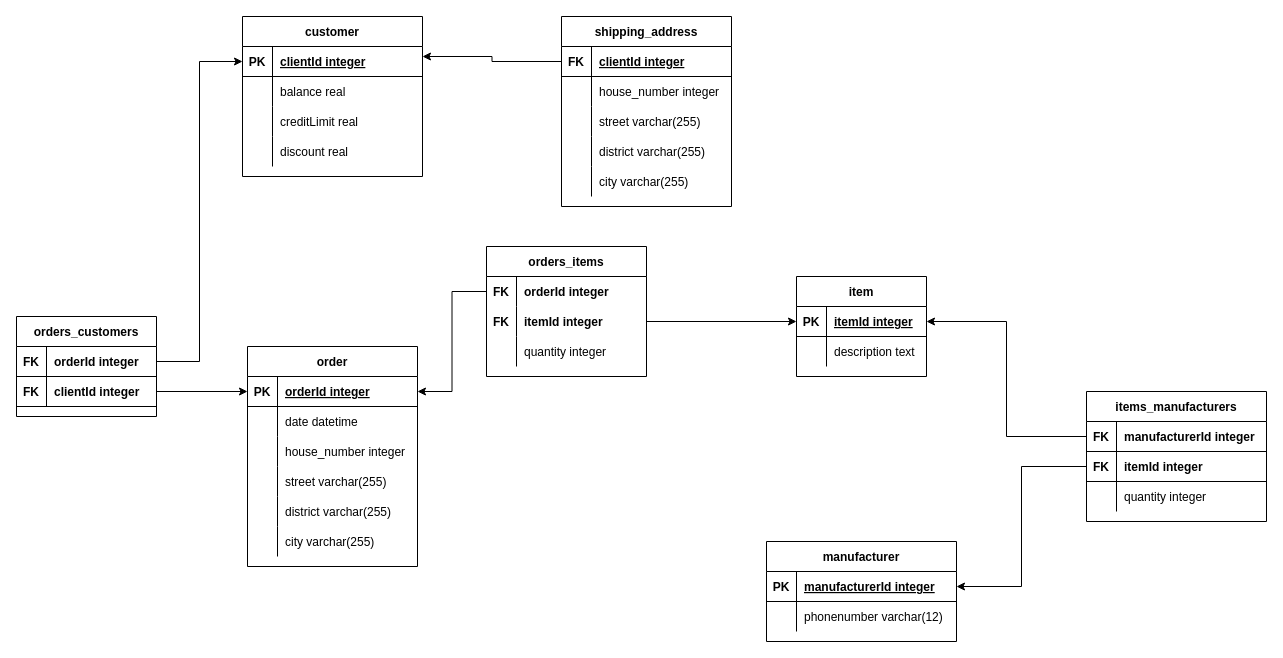
Above: lab05/ex1.drawio in ilya-siluyanov/DrawIO (draw.io), before the change. Source tidied: cells renumbered, new cells numbered last; positions are measured from the earlier drawing's top-left corner, leaving out a move shared by most shapes. Both pictures are drawn from the tidied source at 100%, with x=0, y=0 at pixel (16, 16).
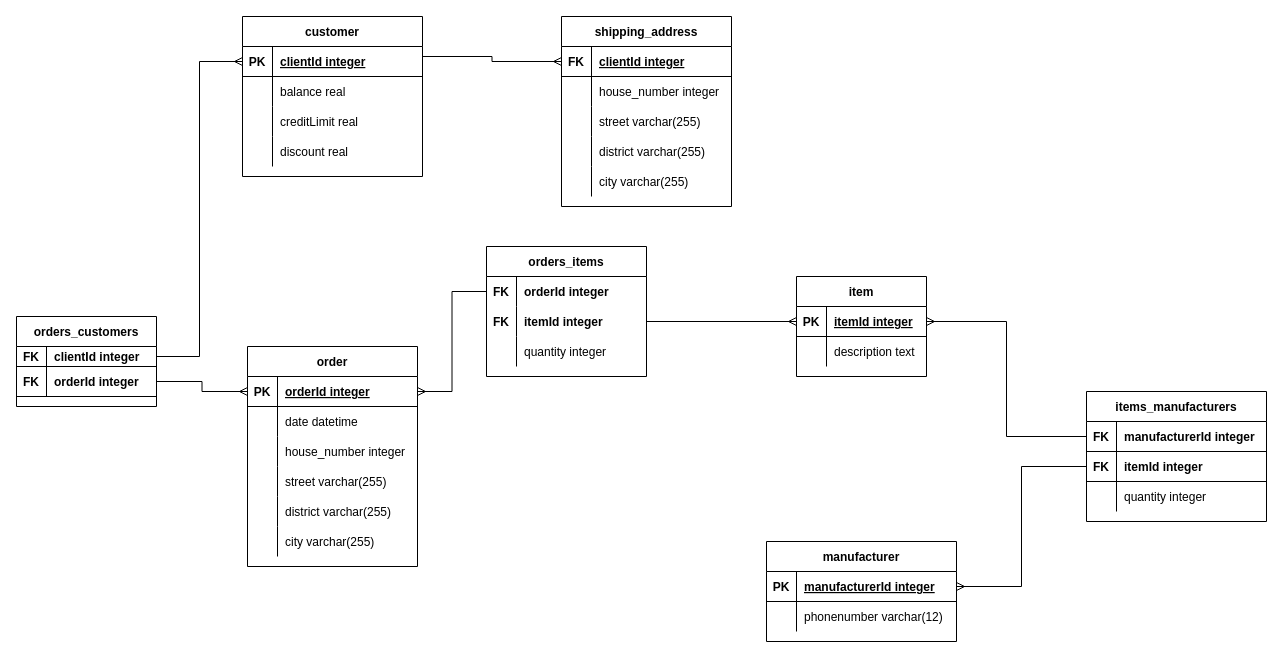
Above is the later version.

Unchanged cells that the change refers to:
```xml
<mxCell id="3" style="shape=tableRow;horizontal=0;startSize=0;swimlaneHead=0;swimlaneBody=0;fillColor=none;points=[[0,0.5],[1,0.5]];portConstraint=eastwest;top=0;left=0;right=0;bottom=1;" parent="2" vertex="1">
  <mxGeometry y="30" width="170" height="30" as="geometry" />
</mxCell>
<mxCell id="18" value="customer" style="shape=table;startSize=30;childLayout=tableLayout;rowLines=0;fontStyle=1;align=center;" parent="1" vertex="1">
  <mxGeometry x="226" width="180" height="160" as="geometry" />
</mxCell>
<mxCell id="19" style="shape=tableRow;horizontal=0;startSize=0;swimlaneHead=0;swimlaneBody=0;fillColor=none;points=[[0,0.5],[1,0.5]];portConstraint=eastwest;top=0;left=0;right=0;bottom=1;" parent="18" vertex="1">
  <mxGeometry y="30" width="180" height="30" as="geometry" />
</mxCell>
<mxCell id="32" style="shape=tableRow;horizontal=0;startSize=0;swimlaneHead=0;swimlaneBody=0;fillColor=none;points=[[0,0.5],[1,0.5]];portConstraint=eastwest;top=0;left=0;right=0;bottom=1;" parent="31" vertex="1">
  <mxGeometry y="30" width="170" height="30" as="geometry" />
</mxCell>
<mxCell id="59" style="shape=tableRow;horizontal=0;startSize=0;swimlaneHead=0;swimlaneBody=0;fillColor=none;points=[[0,0.5],[1,0.5]];portConstraint=eastwest;top=0;left=0;right=0;bottom=1;" parent="58" vertex="1">
  <mxGeometry y="30" width="130" height="30" as="geometry" />
</mxCell>
<mxCell id="66" style="shape=tableRow;horizontal=0;startSize=0;swimlaneHead=0;swimlaneBody=0;fillColor=none;points=[[0,0.5],[1,0.5]];portConstraint=eastwest;top=0;left=0;right=0;bottom=1;" parent="65" vertex="1">
  <mxGeometry y="30" width="190" height="30" as="geometry" />
</mxCell>
<mxCell id="73" style="shape=tableRow;horizontal=0;startSize=0;swimlaneHead=0;swimlaneBody=0;fillColor=none;points=[[0,0.5],[1,0.5]];portConstraint=eastwest;top=0;left=0;right=0;bottom=1;" parent="72" vertex="1">
  <mxGeometry y="30" width="180" height="30" as="geometry" />
</mxCell>
<mxCell id="76" style="shape=tableRow;horizontal=0;startSize=0;swimlaneHead=0;swimlaneBody=0;fillColor=none;points=[[0,0.5],[1,0.5]];portConstraint=eastwest;top=0;left=0;right=0;bottom=1;" parent="72" vertex="1">
  <mxGeometry y="60" width="180" height="30" as="geometry" />
</mxCell>
<mxCell id="85" style="shape=tableRow;horizontal=0;startSize=0;swimlaneHead=0;swimlaneBody=0;fillColor=none;points=[[0,0.5],[1,0.5]];portConstraint=eastwest;top=0;left=0;right=0;bottom=0;" parent="84" vertex="1">
  <mxGeometry y="30" width="160" height="30" as="geometry" />
</mxCell>
<mxCell id="88" style="shape=tableRow;horizontal=0;startSize=0;swimlaneHead=0;swimlaneBody=0;fillColor=none;points=[[0,0.5],[1,0.5]];portConstraint=eastwest;top=0;left=0;right=0;bottom=0;" parent="84" vertex="1">
  <mxGeometry y="60" width="160" height="30" as="geometry" />
</mxCell>
```

Change to the diagram source:
```diff
@@
-    <mxCell id="50" style="edgeStyle=orthogonalEdgeStyle;rounded=0;jettySize=auto;html=1;entryX=0;entryY=0.5;entryDx=0;entryDy=0;exitX=1;exitY=0.5;exitDx=0;exitDy=0;" parent="1" edge="1" source="52" target="19">
+    <mxCell id="50" style="edgeStyle=orthogonalEdgeStyle;rounded=0;jettySize=auto;html=1;entryX=0;entryY=0.5;entryDx=0;entryDy=0;exitX=1;exitY=0.5;exitDx=0;exitDy=0;startArrow=none;startFill=0;endArrow=ERmany;endFill=0;" parent="1" edge="1" source="52" target="19">
       <mxGeometry relative="1" as="geometry" />
     </mxCell>
     <mxCell id="51" value="orders_customers" style="shape=table;startSize=30;childLayout=tableLayout;rowLines=0;fontStyle=1;align=center;" parent="1" vertex="1">
-      <mxGeometry y="300" width="140" height="100" as="geometry" />
+      <mxGeometry y="300" width="140" height="90" as="geometry" />
     </mxCell>
     <mxCell id="52" style="shape=tableRow;horizontal=0;startSize=0;swimlaneHead=0;swimlaneBody=0;fillColor=none;points=[[0,0.5],[1,0.5]];portConstraint=eastwest;top=0;left=0;right=0;bottom=1;" parent="51" vertex="1">
-      <mxGeometry y="30" width="140" height="30" as="geometry" />
+      <mxGeometry y="30" width="140" height="20" as="geometry" />
     </mxCell>
     <mxCell id="53" value="FK" style="shape=partialRectangle;overflow=hidden;fillColor=none;top=0;left=0;bottom=0;right=0;fontStyle=1;" parent="52" vertex="1">
-      <mxGeometry width="30" height="30" as="geometry" />
+      <mxGeometry width="30" height="20" as="geometry" />
     </mxCell>
-    <mxCell id="54" value="orderId integer" style="shape=partialRectangle;overflow=hidden;fillColor=none;align=left;top=0;left=0;bottom=0;right=0;spacingLeft=6;fontStyle=1;" parent="52" vertex="1">
-      <mxGeometry x="30" width="110" height="30" as="geometry" />
+    <mxCell id="54" value="clientId integer" style="shape=partialRectangle;overflow=hidden;fillColor=none;align=left;top=0;left=0;bottom=0;right=0;spacingLeft=6;fontStyle=1;" parent="52" vertex="1">
+      <mxGeometry x="30" width="110" height="20" as="geometry" />
     </mxCell>
     <mxCell id="55" style="shape=tableRow;horizontal=0;startSize=0;swimlaneHead=0;swimlaneBody=0;fillColor=none;points=[[0,0.5],[1,0.5]];portConstraint=eastwest;top=0;left=0;right=0;bottom=1;" parent="51" vertex="1">
-      <mxGeometry y="60" width="140" height="30" as="geometry" />
+      <mxGeometry y="50" width="140" height="30" as="geometry" />
     </mxCell>
@@
-    <mxCell id="57" value="clientId integer" style="shape=partialRectangle;overflow=hidden;fillColor=none;align=left;top=0;left=0;bottom=0;right=0;spacingLeft=6;fontStyle=1;" parent="55" vertex="1">
+    <mxCell id="57" value="orderId integer" style="shape=partialRectangle;overflow=hidden;fillColor=none;align=left;top=0;left=0;bottom=0;right=0;spacingLeft=6;fontStyle=1;" parent="55" vertex="1">
       <mxGeometry x="30" width="110" height="30" as="geometry" />
     </mxCell>
@@
-    <mxCell id="82" style="edgeStyle=orthogonalEdgeStyle;rounded=0;jettySize=auto;html=1;entryX=1;entryY=0.25;entryDx=0;entryDy=0;" parent="1" edge="1" source="3" target="18">
+    <mxCell id="82" style="edgeStyle=orthogonalEdgeStyle;rounded=0;jettySize=auto;html=1;entryX=1;entryY=0.25;entryDx=0;entryDy=0;startArrow=ERmany;startFill=0;endArrow=none;endFill=0;" parent="1" edge="1" source="3" target="18">
       <mxGeometry relative="1" as="geometry" />
     </mxCell>
-    <mxCell id="83" style="edgeStyle=orthogonalEdgeStyle;rounded=0;jettySize=auto;html=1;entryX=0;entryY=0.5;entryDx=0;entryDy=0;" parent="1" edge="1" source="55" target="32">
+    <mxCell id="83" style="edgeStyle=orthogonalEdgeStyle;rounded=0;jettySize=auto;html=1;entryX=0;entryY=0.5;entryDx=0;entryDy=0;endArrow=ERmany;endFill=0;" parent="1" edge="1" source="55" target="32">
       <mxGeometry relative="1" as="geometry" />
     </mxCell>
@@
-    <mxCell id="94" style="edgeStyle=orthogonalEdgeStyle;rounded=0;jettySize=auto;html=1;entryX=1;entryY=0.5;entryDx=0;entryDy=0;" parent="1" edge="1" source="85" target="32">
+    <mxCell id="94" style="edgeStyle=orthogonalEdgeStyle;rounded=0;jettySize=auto;html=1;entryX=1;entryY=0.5;entryDx=0;entryDy=0;endArrow=ERmany;endFill=0;" parent="1" edge="1" source="85" target="32">
       <mxGeometry relative="1" as="geometry" />
     </mxCell>
-    <mxCell id="95" style="edgeStyle=orthogonalEdgeStyle;rounded=0;jettySize=auto;html=1;entryX=0;entryY=0.5;entryDx=0;entryDy=0;" parent="1" edge="1" source="88" target="59">
+    <mxCell id="95" style="edgeStyle=orthogonalEdgeStyle;rounded=0;jettySize=auto;html=1;entryX=0;entryY=0.5;entryDx=0;entryDy=0;endArrow=ERmany;endFill=0;" parent="1" edge="1" source="88" target="59">
       <mxGeometry relative="1" as="geometry" />
     </mxCell>
-    <mxCell id="96" style="edgeStyle=orthogonalEdgeStyle;rounded=0;jettySize=auto;html=1;entryX=1;entryY=0.5;entryDx=0;entryDy=0;" parent="1" edge="1" source="73" target="59">
+    <mxCell id="96" style="edgeStyle=orthogonalEdgeStyle;rounded=0;jettySize=auto;html=1;entryX=1;entryY=0.5;entryDx=0;entryDy=0;endArrow=ERmany;endFill=0;" parent="1" edge="1" source="73" target="59">
       <mxGeometry relative="1" as="geometry" />
     </mxCell>
-    <mxCell id="97" style="edgeStyle=orthogonalEdgeStyle;rounded=0;jettySize=auto;html=1;entryX=1;entryY=0.5;entryDx=0;entryDy=0;" parent="1" edge="1" source="76" target="66">
+    <mxCell id="97" style="edgeStyle=orthogonalEdgeStyle;rounded=0;jettySize=auto;html=1;entryX=1;entryY=0.5;entryDx=0;entryDy=0;endArrow=ERmany;endFill=0;" parent="1" edge="1" source="76" target="66">
       <mxGeometry relative="1" as="geometry" />
     </mxCell>
```
